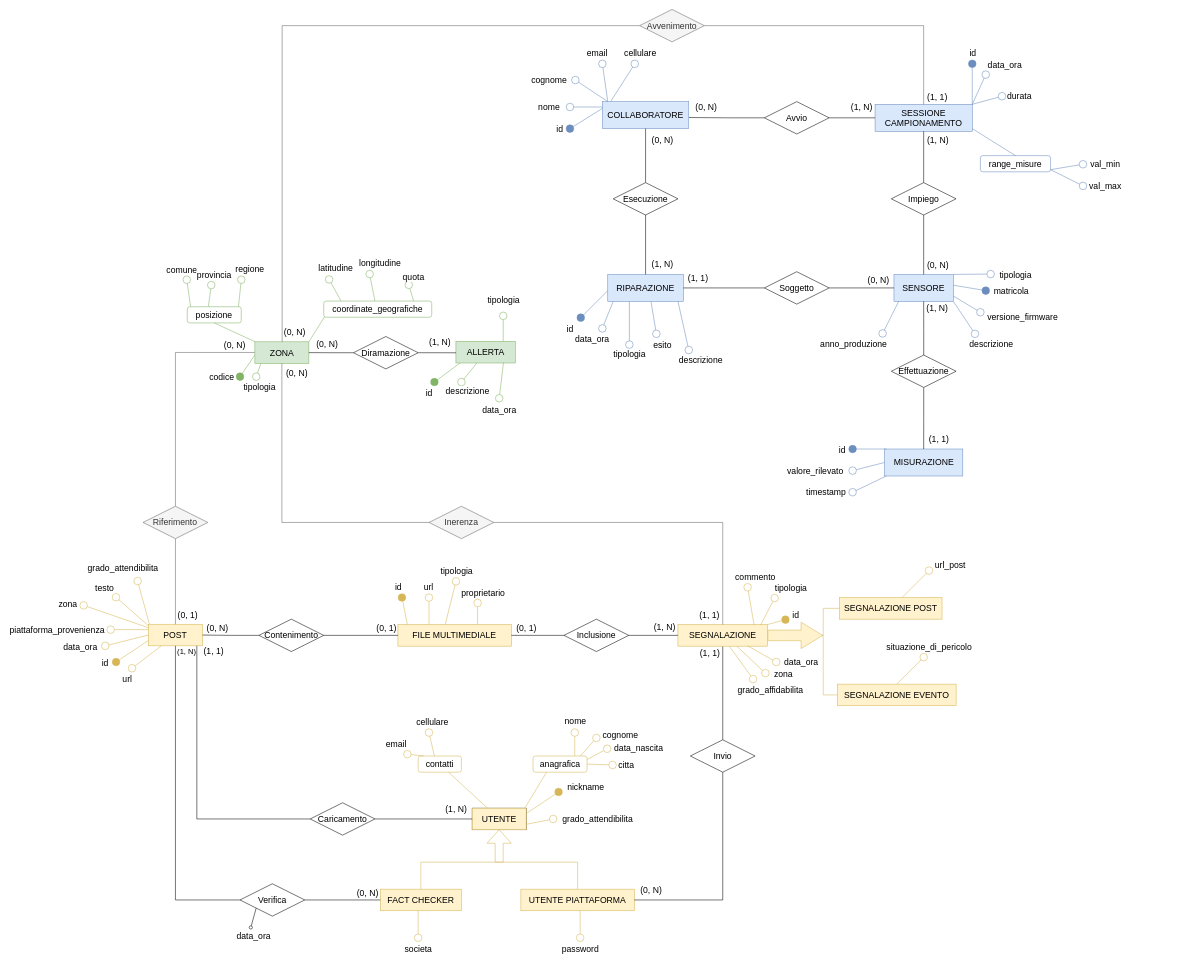
Earlier version of the draw.io diagram page "Diagramma completo" (7 of 7) of diagramma-er.drawio (faffolao/ProgettoBD2022). Source tidied: cells renumbered, new cells numbered last; positions are measured from the earlier drawing's top-left corner, leaving out a move shared by most shapes. Both pictures are drawn from the tidied source at 54%, with x=0, y=0 at pixel (83, 9).
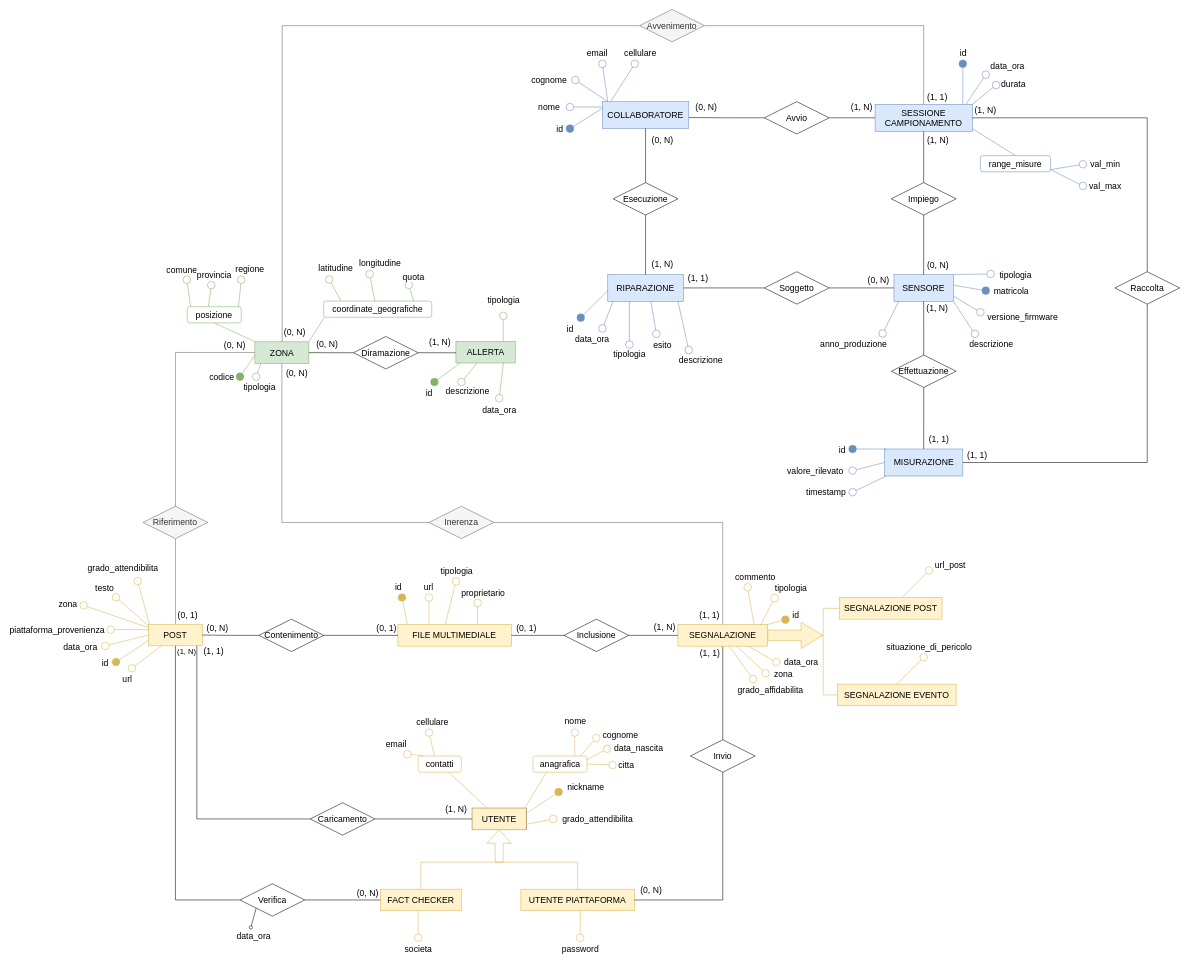
Above is the later version.

Commit message (it also covers changes not shown here):
aggiunte parte delle modifiche della revisione 2

Unchanged cells that the change refers to:
```xml
<mxCell id="43" value="SESSIONE CAMPIONAMENTO" style="whiteSpace=wrap;html=1;align=center;fontSize=16;fillColor=#dae8fc;strokeColor=#6c8ebf;" parent="1" vertex="1">
  <mxGeometry x="1466" y="175.7" width="180" height="50" as="geometry" />
</mxCell>
<mxCell id="66" value="MISURAZIONE" style="whiteSpace=wrap;html=1;align=center;fontSize=16;fillColor=#dae8fc;strokeColor=#6c8ebf;" parent="1" vertex="1">
  <mxGeometry x="1483.5" y="814" width="145" height="50" as="geometry" />
</mxCell>
```

The edit, as a diff of the source:
```diff
@@
     <mxCell id="49" style="endArrow=oval;html=1;strokeColor=#6c8ebf;strokeWidth=1;fontSize=12;startSize=14;endSize=14;startArrow=none;startFill=0;endFill=1;fillColor=#dae8fc;" parent="1" edge="1">
       <mxGeometry relative="1" as="geometry">
-        <mxPoint x="1646" y="175.7" as="sourcePoint" />
-        <mxPoint x="1646" y="100.7" as="targetPoint" />
+        <mxPoint x="1628.5" y="175.7" as="sourcePoint" />
+        <mxPoint x="1628.5" y="100.7" as="targetPoint" />
       </mxGeometry>
     </mxCell>
@@
-    <mxCell id="51" style="endArrow=oval;html=1;strokeColor=#6c8ebf;strokeWidth=1;fontSize=12;startSize=14;endSize=14;endFill=0;fillColor=#dae8fc;exitX=1;exitY=0;exitDx=0;exitDy=0;" parent="1" edge="1" source="43">
+    <mxCell id="51" style="endArrow=oval;html=1;strokeColor=#6c8ebf;strokeWidth=1;fontSize=12;startSize=14;endSize=14;endFill=0;fillColor=#dae8fc;exitX=0.933;exitY=0.006;exitDx=0;exitDy=0;exitPerimeter=0;" parent="1" edge="1" source="43">
       <mxGeometry relative="1" as="geometry">
         <mxPoint x="1671" y="120.7" as="targetPoint" />
       </mxGeometry>
     </mxCell>
     <mxCell id="52" value="data_ora" style="edgeLabel;html=1;align=center;verticalAlign=middle;fontSize=16;" parent="51" vertex="1">
       <mxGeometry x="0.55" relative="1" as="geometry">
-        <mxPoint x="40" y="-30" as="offset" />
+        <mxPoint x="48" y="-28" as="offset" />
       </mxGeometry>
     </mxCell>
     <mxCell id="53" style="endArrow=none;html=1;strokeColor=#6c8ebf;strokeWidth=1;fontSize=12;startSize=14;endSize=14;endFill=0;startArrow=oval;startFill=0;fillColor=#dae8fc;" parent="1" edge="1">
       <mxGeometry relative="1" as="geometry">
-        <mxPoint x="1701" y="160.7" as="sourcePoint" />
+        <mxPoint x="1690" y="140" as="sourcePoint" />
         <mxPoint x="1646" y="175.7" as="targetPoint" />
       </mxGeometry>
     </mxCell>
     <mxCell id="54" value="durata" style="edgeLabel;html=1;align=center;verticalAlign=middle;fontSize=16;" parent="53" vertex="1">
       <mxGeometry x="-0.3" y="-1" relative="1" as="geometry">
-        <mxPoint x="51" y="-4" as="offset" />
+        <mxPoint x="48" y="-14" as="offset" />
       </mxGeometry>
     </mxCell>
@@
+    <mxCell id="233" style="edgeStyle=orthogonalEdgeStyle;rounded=0;jettySize=auto;html=1;entryX=1;entryY=0.5;entryDx=0;entryDy=0;fontSize=16;endArrow=none;endFill=0;" parent="1" edge="1" source="237" target="66">
+      <mxGeometry relative="1" as="geometry">
+        <Array as="points">
+          <mxPoint x="1970" y="839" />
+        </Array>
+      </mxGeometry>
+    </mxCell>
+    <mxCell id="234" value="(1, 1)" style="edgeLabel;html=1;align=center;verticalAlign=middle;fontSize=16;" parent="233" vertex="1">
+      <mxGeometry x="0.96" y="2" relative="1" as="geometry">
+        <mxPoint x="13" y="-17" as="offset" />
+      </mxGeometry>
+    </mxCell>
+    <mxCell id="235" style="edgeStyle=orthogonalEdgeStyle;rounded=0;jettySize=auto;html=1;entryX=1;entryY=0.5;entryDx=0;entryDy=0;fontSize=16;endArrow=none;endFill=0;" parent="1" edge="1" source="237" target="43">
+      <mxGeometry relative="1" as="geometry">
+        <Array as="points">
+          <mxPoint x="1970" y="201" />
+        </Array>
+      </mxGeometry>
+    </mxCell>
+    <mxCell id="236" value="(1, N)" style="edgeLabel;html=1;align=center;verticalAlign=middle;fontSize=16;" parent="235" vertex="1">
+      <mxGeometry x="0.92" relative="1" as="geometry">
+        <mxPoint x="-1" y="-14" as="offset" />
+      </mxGeometry>
+    </mxCell>
+    <mxCell id="237" value="Raccolta" style="shape=rhombus;perimeter=rhombusPerimeter;whiteSpace=wrap;html=1;align=center;fontSize=16;" parent="1" vertex="1">
+      <mxGeometry x="1910" y="485.7" width="120" height="60" as="geometry" />
+    </mxCell>
```
